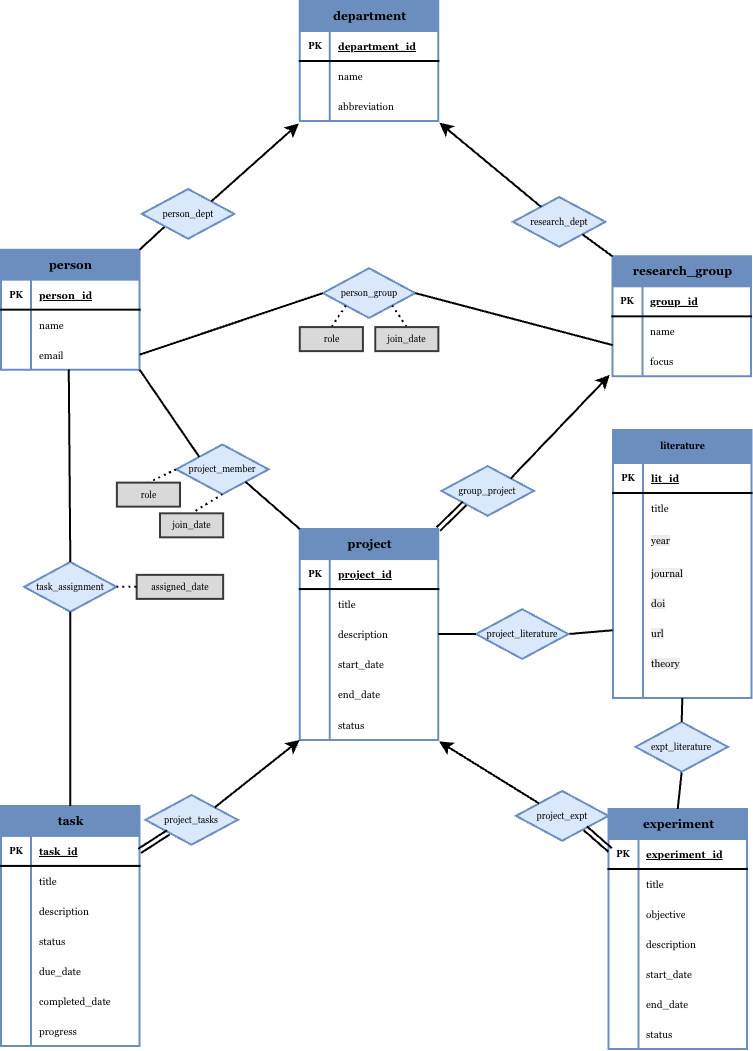
Above: Documentation/erdiagram-v3.png in sofia-mancini/Research-Group-Database (draw.io), before the change. Source tidied: cells renumbered, new cells last; positions are measured from the earlier drawing's top-left corner, leaving out a move shared by most shapes.
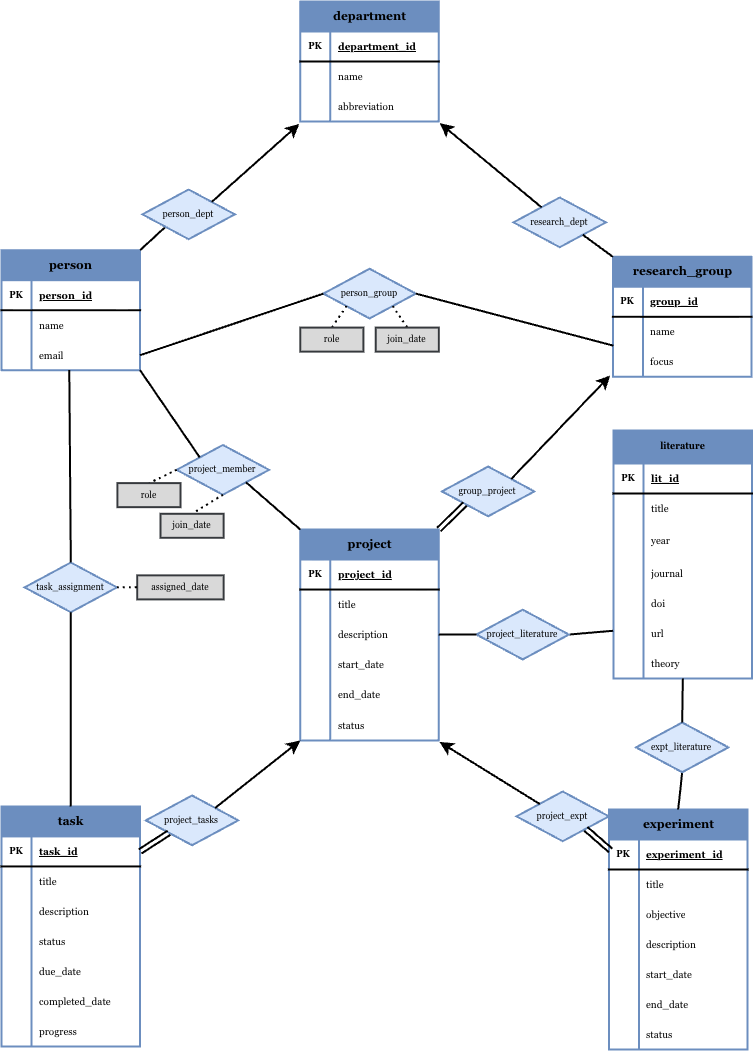
Above is the later version.

What changed in the source:
```diff
@@ -282,7 +282,7 @@
       <mxGeometry x="30" width="108.6" height="30" as="geometry" />
     </mxCell>
     <mxCell id="95" value="literature" style="shape=table;startSize=33;rowLines=0;fontStyle=1;align=center;html=1;fillColor=#6C8EBF;strokeColor=#6c8ebf;fontSize=9;strokeWidth=2;fontFamily=Georgia;" parent="1" vertex="1">
-      <mxGeometry x="612" y="429" width="138.6" height="268" as="geometry" />
+      <mxGeometry x="612" y="429" width="138.6" height="248" as="geometry" />
     </mxCell>
     <mxCell id="96" style="shape=tableRow;horizontal=0;startSize=0;swimlaneHead=0;swimlaneBody=0;fillColor=none;top=0;left=0;right=0;bottom=1;strokeWidth=2;fontFamily=Georgia;fontSize=9;" parent="95" vertex="1">
       <mxGeometry y="33" width="138.6" height="30" as="geometry" />
@@ -308,7 +308,7 @@
     <mxCell id="103" style="shape=partialRectangle;fillColor=none;top=0;left=0;bottom=0;right=0;overflow=hidden;whiteSpace=wrap;html=1;strokeWidth=2;fontFamily=Georgia;fontSize=9;" parent="102" vertex="1">
       <mxGeometry width="30" height="35" as="geometry" />
     </mxCell>
-    <mxCell id="104" value="&lt;meta charset=&quot;utf-8&quot;&gt;&lt;span style=&quot;color: rgb(0, 0, 0); font-family: Georgia; font-size: 10px; font-style: normal; font-variant-ligatures: normal; font-variant-caps: normal; font-weight: 400; letter-spacing: normal; orphans: 2; text-align: left; text-indent: 0px; text-transform: none; widows: 2; word-spacing: 0px; -webkit-text-stroke-width: 0px; white-space: normal; background-color: rgb(236, 236, 236); text-decoration-thickness: initial; text-decoration-style: initial; text-decoration-color: initial; display: inline !important; float: none;&quot;&gt;year&lt;/span&gt;" style="shape=partialRectangle;fillColor=none;top=0;left=0;bottom=0;right=0;align=left;spacingLeft=6;overflow=hidden;whiteSpace=wrap;html=1;strokeWidth=2;fontFamily=Georgia;fontSize=10;" parent="102" vertex="1">
+    <mxCell id="104" value="year" style="shape=partialRectangle;fillColor=none;top=0;left=0;bottom=0;right=0;align=left;spacingLeft=6;overflow=hidden;whiteSpace=wrap;html=1;strokeWidth=2;fontFamily=Georgia;fontSize=10;" parent="102" vertex="1">
       <mxGeometry x="30" width="108.6" height="35" as="geometry" />
     </mxCell>
     <mxCell id="105" style="shape=tableRow;horizontal=0;startSize=0;swimlaneHead=0;swimlaneBody=0;fillColor=none;top=0;left=0;right=0;bottom=0;strokeWidth=2;fontFamily=Georgia;fontSize=9;" parent="95" vertex="1">
@@ -317,7 +317,7 @@
     <mxCell id="106" style="shape=partialRectangle;fillColor=none;top=0;left=0;bottom=0;right=0;overflow=hidden;whiteSpace=wrap;html=1;strokeWidth=2;fontFamily=Georgia;fontSize=9;" parent="105" vertex="1">
       <mxGeometry width="30" height="30" as="geometry" />
     </mxCell>
-    <mxCell id="107" value="&lt;meta charset=&quot;utf-8&quot;&gt;&lt;span style=&quot;color: rgb(0, 0, 0); font-family: Georgia; font-size: 10px; font-style: normal; font-variant-ligatures: normal; font-variant-caps: normal; font-weight: 400; letter-spacing: normal; orphans: 2; text-align: left; text-indent: 0px; text-transform: none; widows: 2; word-spacing: 0px; -webkit-text-stroke-width: 0px; white-space: normal; background-color: rgb(236, 236, 236); text-decoration-thickness: initial; text-decoration-style: initial; text-decoration-color: initial; display: inline !important; float: none;&quot;&gt;journal&lt;/span&gt;" style="shape=partialRectangle;fillColor=none;top=0;left=0;bottom=0;right=0;align=left;spacingLeft=6;overflow=hidden;whiteSpace=wrap;html=1;strokeWidth=2;fontFamily=Georgia;fontSize=10;" parent="105" vertex="1">
+    <mxCell id="107" value="journal" style="shape=partialRectangle;fillColor=none;top=0;left=0;bottom=0;right=0;align=left;spacingLeft=6;overflow=hidden;whiteSpace=wrap;html=1;strokeWidth=2;fontFamily=Georgia;fontSize=10;" parent="105" vertex="1">
       <mxGeometry x="30" width="108.6" height="30" as="geometry" />
     </mxCell>
     <mxCell id="108" style="shape=tableRow;horizontal=0;startSize=0;swimlaneHead=0;swimlaneBody=0;fillColor=none;top=0;left=0;right=0;bottom=0;strokeWidth=2;fontFamily=Georgia;fontSize=9;" parent="95" vertex="1">
@@ -326,7 +326,7 @@
     <mxCell id="109" style="shape=partialRectangle;fillColor=none;top=0;left=0;bottom=0;right=0;overflow=hidden;whiteSpace=wrap;html=1;strokeWidth=2;fontFamily=Georgia;fontSize=9;" parent="108" vertex="1">
       <mxGeometry width="30" height="30" as="geometry" />
     </mxCell>
-    <mxCell id="110" value="&lt;meta charset=&quot;utf-8&quot;&gt;&lt;span style=&quot;color: rgb(0, 0, 0); font-family: Georgia; font-size: 10px; font-style: normal; font-variant-ligatures: normal; font-variant-caps: normal; font-weight: 400; letter-spacing: normal; orphans: 2; text-align: left; text-indent: 0px; text-transform: none; widows: 2; word-spacing: 0px; -webkit-text-stroke-width: 0px; white-space: normal; background-color: rgb(236, 236, 236); text-decoration-thickness: initial; text-decoration-style: initial; text-decoration-color: initial; display: inline !important; float: none;&quot;&gt;doi&lt;/span&gt;" style="shape=partialRectangle;fillColor=none;top=0;left=0;bottom=0;right=0;align=left;spacingLeft=6;overflow=hidden;whiteSpace=wrap;html=1;strokeWidth=2;fontFamily=Georgia;fontSize=10;" parent="108" vertex="1">
+    <mxCell id="110" value="doi" style="shape=partialRectangle;fillColor=none;top=0;left=0;bottom=0;right=0;align=left;spacingLeft=6;overflow=hidden;whiteSpace=wrap;html=1;strokeWidth=2;fontFamily=Georgia;fontSize=10;" parent="108" vertex="1">
       <mxGeometry x="30" width="108.6" height="30" as="geometry" />
     </mxCell>
     <mxCell id="111" style="shape=tableRow;horizontal=0;startSize=0;swimlaneHead=0;swimlaneBody=0;fillColor=none;points=[[0,0.5],[1,0.5]];portConstraint=eastwest;top=0;left=0;right=0;bottom=0;strokeWidth=2;fontFamily=Georgia;fontSize=9;" parent="95" vertex="1">
@@ -335,7 +335,7 @@
     <mxCell id="112" style="shape=partialRectangle;fillColor=none;top=0;left=0;bottom=0;right=0;overflow=hidden;whiteSpace=wrap;html=1;strokeWidth=2;fontFamily=Georgia;fontSize=9;" parent="111" vertex="1">
       <mxGeometry width="30" height="30" as="geometry" />
     </mxCell>
-    <mxCell id="113" value="&lt;meta charset=&quot;utf-8&quot;&gt;&lt;span style=&quot;color: rgb(0, 0, 0); font-family: Georgia; font-size: 10px; font-style: normal; font-variant-ligatures: normal; font-variant-caps: normal; font-weight: 400; letter-spacing: normal; orphans: 2; text-align: left; text-indent: 0px; text-transform: none; widows: 2; word-spacing: 0px; -webkit-text-stroke-width: 0px; white-space: normal; background-color: rgb(236, 236, 236); text-decoration-thickness: initial; text-decoration-style: initial; text-decoration-color: initial; display: inline !important; float: none;&quot;&gt;url&lt;/span&gt;" style="shape=partialRectangle;fillColor=none;top=0;left=0;bottom=0;right=0;align=left;spacingLeft=6;overflow=hidden;whiteSpace=wrap;html=1;strokeWidth=2;fontFamily=Georgia;fontSize=10;" parent="111" vertex="1">
+    <mxCell id="113" value="url" style="shape=partialRectangle;fillColor=none;top=0;left=0;bottom=0;right=0;align=left;spacingLeft=6;overflow=hidden;whiteSpace=wrap;html=1;strokeWidth=2;fontFamily=Georgia;fontSize=10;" parent="111" vertex="1">
       <mxGeometry x="30" width="108.6" height="30" as="geometry" />
     </mxCell>
     <mxCell id="114" style="shape=tableRow;horizontal=0;startSize=0;swimlaneHead=0;swimlaneBody=0;fillColor=none;top=0;left=0;right=0;bottom=0;strokeWidth=2;fontFamily=Georgia;fontSize=9;" parent="95" vertex="1">
@@ -344,18 +344,9 @@
     <mxCell id="115" style="shape=partialRectangle;fillColor=none;top=0;left=0;bottom=0;right=0;overflow=hidden;whiteSpace=wrap;html=1;strokeWidth=2;fontFamily=Georgia;fontSize=9;" parent="114" vertex="1">
       <mxGeometry width="30" height="30" as="geometry" />
     </mxCell>
-    <mxCell id="116" value="&lt;meta charset=&quot;utf-8&quot;&gt;&lt;span style=&quot;color: rgb(0, 0, 0); font-family: Georgia; font-size: 10px; font-style: normal; font-variant-ligatures: normal; font-variant-caps: normal; font-weight: 400; letter-spacing: normal; orphans: 2; text-align: left; text-indent: 0px; text-transform: none; widows: 2; word-spacing: 0px; -webkit-text-stroke-width: 0px; white-space: normal; background-color: rgb(236, 236, 236); text-decoration-thickness: initial; text-decoration-style: initial; text-decoration-color: initial; display: inline !important; float: none;&quot;&gt;theory&lt;/span&gt;" style="shape=partialRectangle;fillColor=none;top=0;left=0;bottom=0;right=0;align=left;spacingLeft=6;overflow=hidden;whiteSpace=wrap;html=1;strokeWidth=2;fontFamily=Georgia;fontSize=10;" parent="114" vertex="1">
+    <mxCell id="116" value="theory" style="shape=partialRectangle;fillColor=none;top=0;left=0;bottom=0;right=0;align=left;spacingLeft=6;overflow=hidden;whiteSpace=wrap;html=1;strokeWidth=2;fontFamily=Georgia;fontSize=10;" parent="114" vertex="1">
       <mxGeometry x="30" width="108.6" height="30" as="geometry" />
     </mxCell>
-    <mxCell id="117" style="shape=tableRow;horizontal=0;startSize=0;swimlaneHead=0;swimlaneBody=0;fillColor=none;top=0;left=0;right=0;bottom=0;strokeWidth=2;fontFamily=Georgia;fontSize=9;" parent="95" vertex="1">
-      <mxGeometry y="248" width="138.6" height="20" as="geometry" />
-    </mxCell>
-    <mxCell id="118" style="shape=partialRectangle;fillColor=none;top=0;left=0;bottom=0;right=0;overflow=hidden;whiteSpace=wrap;html=1;strokeWidth=2;fontFamily=Georgia;fontSize=9;" parent="117" vertex="1">
-      <mxGeometry width="30" height="20" as="geometry" />
-    </mxCell>
-    <mxCell id="119" style="shape=partialRectangle;fillColor=none;top=0;left=0;bottom=0;right=0;align=left;spacingLeft=6;overflow=hidden;whiteSpace=wrap;html=1;strokeWidth=2;fontFamily=Georgia;fontSize=10;" parent="117" vertex="1">
-      <mxGeometry x="30" width="108.6" height="20" as="geometry" />
-    </mxCell>
     <mxCell id="120" style="edgeStyle=none;jettySize=auto;html=1;rounded=0;fontSize=9;startSize=8;endSize=8;curved=1;endArrow=none;endFill=0;entryX=0;entryY=1;entryDx=0;entryDy=0;exitX=1;exitY=0;exitDx=0;exitDy=0;strokeWidth=2;fontFamily=Georgia;" parent="1" edge="1" source="22" target="121">
       <mxGeometry relative="1" as="geometry" />
     </mxCell>
```
